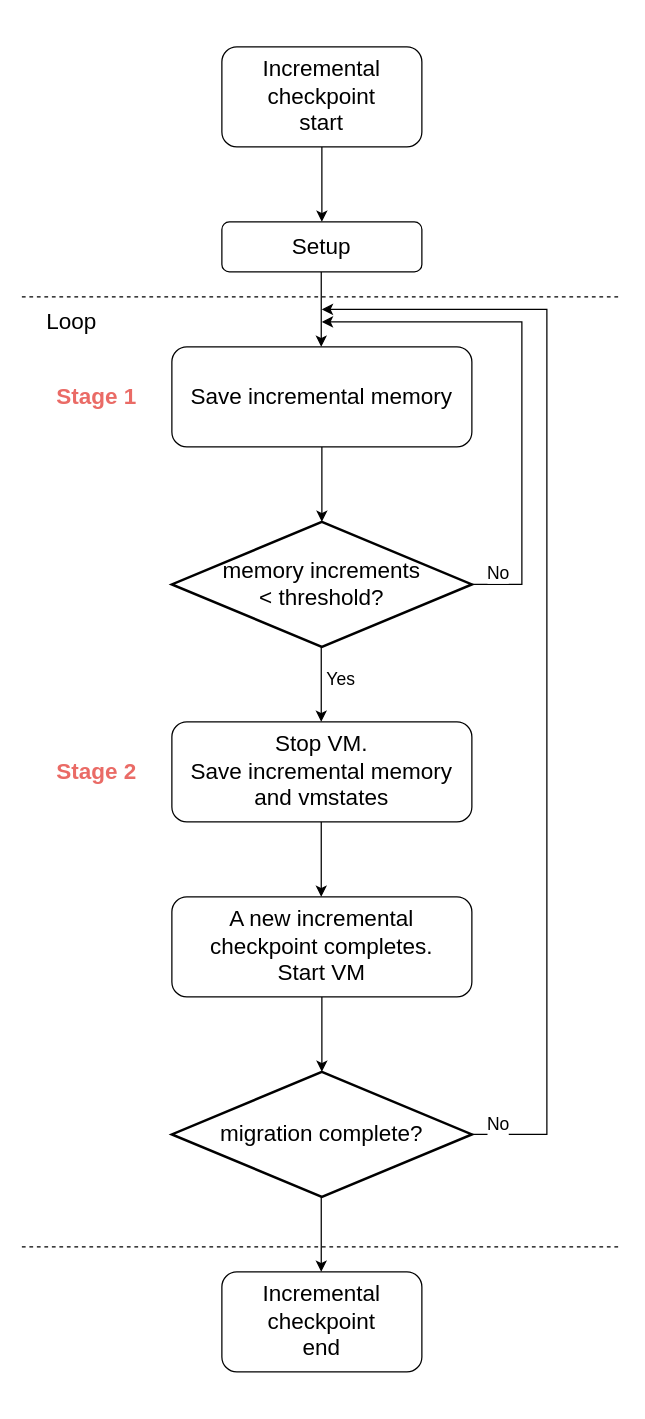
This is final/incremental checkpoint activity.drawio from xuyizhe1999/drawio, a draw.io file, before an edit. Source tidied: cells renumbered, new cells numbered last; positions are measured from the earlier drawing's top-left corner, leaving out a move shared by most shapes. Both pictures are drawn from the tidied source at 125%, with x=0, y=0 at pixel (21, 46).
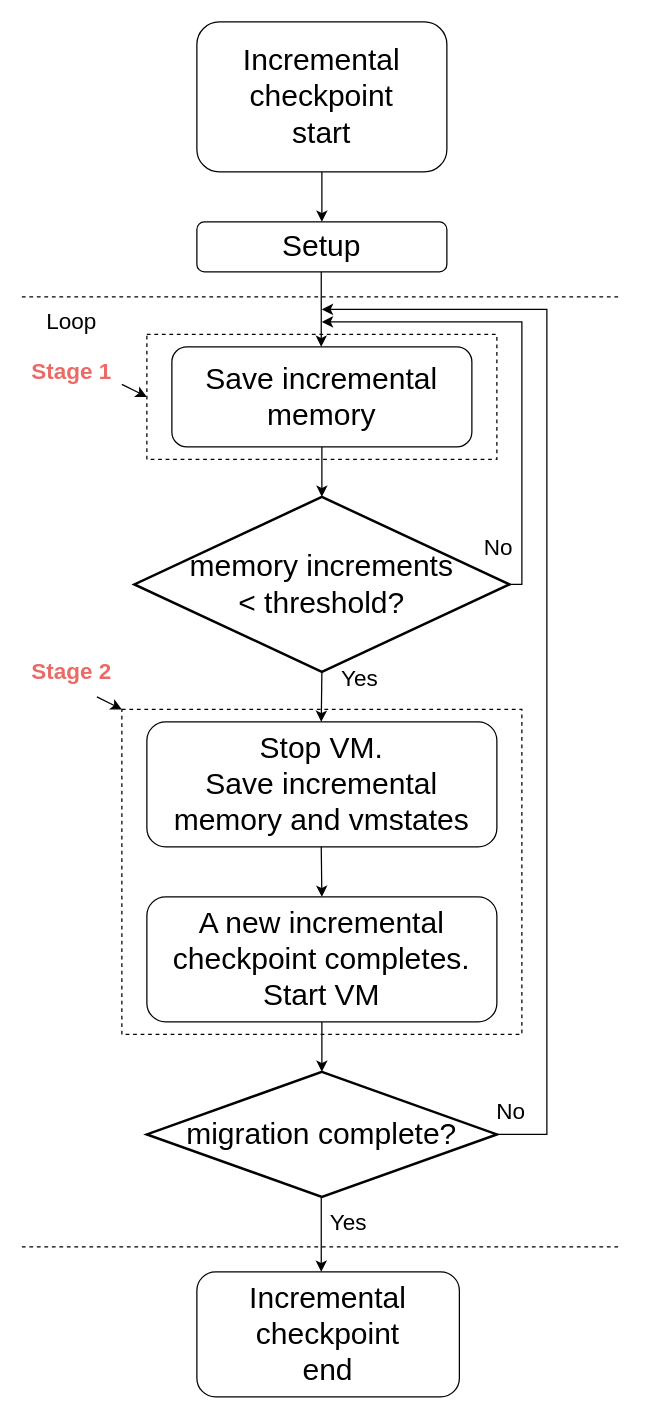
Above is the later version.

Unchanged cells that the change refers to:
```xml
<mxCell id="20" style="endArrow=classic;html=1;rounded=0;exitX=1;exitY=0.5;exitDx=0;exitDy=0;exitPerimeter=0;" parent="1" edge="1" source="19">
  <mxGeometry relative="1" as="geometry">
    <mxPoint x="240" y="210" as="targetPoint" />
    <Array as="points">
      <mxPoint x="420" y="870" />
      <mxPoint x="420" y="210" />
    </Array>
  </mxGeometry>
</mxCell>
<mxCell id="25" style="endArrow=classic;html=1;rounded=0;exitX=0.5;exitY=1;exitDx=0;exitDy=0;entryX=0.5;entryY=0;entryDx=0;entryDy=0;" parent="1" edge="1">
  <mxGeometry relative="1" as="geometry">
    <mxPoint x="239.5" y="920" as="sourcePoint" />
    <mxPoint x="239.5" y="980" as="targetPoint" />
  </mxGeometry>
</mxCell>
```

Diff of the diagram source:
```diff
@@
-    <mxCell id="2" value="&lt;font style=&quot;font-size: 18px;&quot;&gt;Incremental&lt;br&gt;checkpoint&lt;br&gt;start&lt;/font&gt;" style="rounded=1;whiteSpace=wrap;html=1;" parent="1" vertex="1">
-      <mxGeometry x="160" width="160" height="80" as="geometry" />
+    <mxCell id="2" value="&lt;font style=&quot;font-size: 24px;&quot;&gt;Incremental&lt;br&gt;checkpoint&lt;br&gt;start&lt;/font&gt;" style="rounded=1;whiteSpace=wrap;html=1;" parent="1" vertex="1">
+      <mxGeometry x="140" y="-20" width="200" height="120" as="geometry" />
     </mxCell>
@@
-    <mxCell id="4" value="&lt;span style=&quot;font-size: 18px;&quot;&gt;Setup&lt;/span&gt;" style="rounded=1;whiteSpace=wrap;html=1;" parent="1" vertex="1">
-      <mxGeometry x="160" y="140" width="160" height="40" as="geometry" />
+    <mxCell id="4" value="&lt;font style=&quot;font-size: 24px;&quot;&gt;Setup&lt;/font&gt;" style="rounded=1;whiteSpace=wrap;html=1;" parent="1" vertex="1">
+      <mxGeometry x="140" y="140" width="200" height="40" as="geometry" />
     </mxCell>
@@
-    <mxCell id="6" value="&lt;span style=&quot;font-size: 18px;&quot;&gt;Save incremental memory&lt;/span&gt;" style="rounded=1;whiteSpace=wrap;html=1;" parent="1" vertex="1">
+    <mxCell id="6" value="&lt;font style=&quot;font-size: 24px;&quot;&gt;Save incremental memory&lt;/font&gt;" style="rounded=1;whiteSpace=wrap;html=1;" parent="1" vertex="1">
       <mxGeometry x="120" y="240" width="240" height="80" as="geometry" />
     </mxCell>
@@
-    <mxCell id="8" style="endArrow=classic;html=1;rounded=0;exitX=0.5;exitY=1;exitDx=0;exitDy=0;entryX=0.5;entryY=0;entryDx=0;entryDy=0;" parent="1" edge="1">
+    <mxCell id="8" style="endArrow=classic;html=1;rounded=0;exitX=0.5;exitY=1;exitDx=0;exitDy=0;entryX=0.5;entryY=0;entryDx=0;entryDy=0;entryPerimeter=0;" parent="1" edge="1" target="9">
       <mxGeometry relative="1" as="geometry">
         <mxPoint x="240" y="320" as="sourcePoint" />
-        <mxPoint x="240" y="380" as="targetPoint" />
       </mxGeometry>
     </mxCell>
-    <mxCell id="9" value="&lt;font style=&quot;font-size: 18px;&quot;&gt;memory increments&lt;br&gt;&amp;lt; threshold?&lt;/font&gt;" style="strokeWidth=2;html=1;shape=mxgraph.flowchart.decision;whiteSpace=wrap;" parent="1" vertex="1">
-      <mxGeometry x="120" y="380" width="240" height="100" as="geometry" />
+    <mxCell id="9" value="&lt;font style=&quot;font-size: 24px;&quot;&gt;memory increments&lt;br&gt;&amp;lt; threshold?&lt;/font&gt;" style="strokeWidth=2;html=1;shape=mxgraph.flowchart.decision;whiteSpace=wrap;" parent="1" vertex="1">
+      <mxGeometry x="90" y="360" width="300" height="140" as="geometry" />
     </mxCell>
     <mxCell id="10" style="endArrow=classic;html=1;rounded=0;" parent="1" edge="1">
       <mxGeometry relative="1" as="geometry">
-        <mxPoint x="360" y="430" as="sourcePoint" />
+        <mxPoint x="390" y="430" as="sourcePoint" />
         <mxPoint x="240" y="220" as="targetPoint" />
         <Array as="points">
           <mxPoint x="400" y="430" />
           <mxPoint x="400" y="220" />
         </Array>
       </mxGeometry>
     </mxCell>
-    <mxCell id="11" value="&lt;font style=&quot;font-size: 14px;&quot;&gt;No&lt;/font&gt;" style="edgeLabel;html=1;align=center;verticalAlign=middle;" parent="10" vertex="1">
+    <mxCell id="11" value="&lt;font style=&quot;font-size: 18px;&quot;&gt;No&lt;/font&gt;" style="edgeLabel;html=1;align=center;verticalAlign=middle;" parent="10" vertex="1">
       <mxGeometry x="-0.5" y="2" relative="1" as="geometry">
-        <mxPoint x="-18" y="53" as="offset" />
+        <mxPoint x="-18" y="55" as="offset" />
       </mxGeometry>
     </mxCell>
-    <mxCell id="12" style="endArrow=classic;html=1;rounded=0;exitX=0.5;exitY=1;exitDx=0;exitDy=0;entryX=0.5;entryY=0;entryDx=0;entryDy=0;" parent="1" edge="1">
+    <mxCell id="12" style="endArrow=classic;html=1;rounded=0;entryX=0.5;entryY=0;entryDx=0;entryDy=0;" parent="1" edge="1">
       <mxGeometry relative="1" as="geometry">
-        <mxPoint x="239.5" y="480" as="sourcePoint" />
+        <mxPoint x="240" y="500" as="sourcePoint" />
         <mxPoint x="239.5" y="540" as="targetPoint" />
       </mxGeometry>
     </mxCell>
-    <mxCell id="13" value="&lt;font style=&quot;font-size: 14px;&quot;&gt;Yes&lt;/font&gt;" style="edgeLabel;html=1;align=center;verticalAlign=middle;" parent="12" vertex="1">
+    <mxCell id="13" value="&lt;font style=&quot;font-size: 18px;&quot;&gt;Yes&lt;/font&gt;" style="edgeLabel;html=1;align=center;verticalAlign=middle;" parent="12" vertex="1">
       <mxGeometry x="-0.53" y="1" relative="1" as="geometry">
-        <mxPoint x="14" y="11" as="offset" />
+        <mxPoint x="29" y="-4" as="offset" />
       </mxGeometry>
     </mxCell>
-    <mxCell id="14" value="&lt;span style=&quot;font-size: 18px;&quot;&gt;Stop VM.&lt;br&gt;Save incremental memory and vmstates&lt;br&gt;&lt;/span&gt;" style="rounded=1;whiteSpace=wrap;html=1;" parent="1" vertex="1">
-      <mxGeometry x="120" y="540" width="240" height="80" as="geometry" />
+    <mxCell id="14" value="&lt;font style=&quot;font-size: 24px;&quot;&gt;Stop VM.&lt;br&gt;Save incremental memory and vmstates&lt;/font&gt;" style="rounded=1;whiteSpace=wrap;html=1;" parent="1" vertex="1">
+      <mxGeometry x="100" y="540" width="280" height="100" as="geometry" />
     </mxCell>
@@
     <mxCell id="16" value="&lt;font color=&quot;#ea6b66&quot; style=&quot;font-size: 18px;&quot;&gt;&lt;b&gt;Stage 1&lt;/b&gt;&lt;/font&gt;" style="text;html=1;strokeColor=none;fillColor=none;align=center;verticalAlign=middle;whiteSpace=wrap;rounded=0;" parent="1" vertex="1">
-      <mxGeometry x="20" y="260" width="80" height="40" as="geometry" />
+      <mxGeometry y="240" width="80" height="40" as="geometry" />
     </mxCell>
     <mxCell id="17" value="&lt;font color=&quot;#ea6b66&quot; style=&quot;font-size: 18px;&quot;&gt;&lt;b&gt;Stage 2&lt;/b&gt;&lt;/font&gt;" style="text;html=1;strokeColor=none;fillColor=none;align=center;verticalAlign=middle;whiteSpace=wrap;rounded=0;" parent="1" vertex="1">
-      <mxGeometry x="20" y="560" width="80" height="40" as="geometry" />
+      <mxGeometry y="480" width="80" height="40" as="geometry" />
     </mxCell>
-    <mxCell id="18" style="endArrow=classic;html=1;rounded=0;exitX=0.5;exitY=1;exitDx=0;exitDy=0;entryX=0.5;entryY=0;entryDx=0;entryDy=0;" parent="1" edge="1">
+    <mxCell id="18" style="endArrow=classic;html=1;rounded=0;entryX=0.5;entryY=0;entryDx=0;entryDy=0;" parent="1" edge="1">
       <mxGeometry relative="1" as="geometry">
-        <mxPoint x="240" y="760" as="sourcePoint" />
+        <mxPoint x="240" y="780" as="sourcePoint" />
         <mxPoint x="240" y="820" as="targetPoint" />
       </mxGeometry>
     </mxCell>
-    <mxCell id="19" value="&lt;span style=&quot;font-size: 18px;&quot;&gt;migration complete?&lt;/span&gt;" style="strokeWidth=2;html=1;shape=mxgraph.flowchart.decision;whiteSpace=wrap;" parent="1" vertex="1">
-      <mxGeometry x="120" y="820" width="240" height="100" as="geometry" />
+    <mxCell id="19" value="&lt;font style=&quot;font-size: 24px;&quot;&gt;migration complete?&lt;/font&gt;" style="strokeWidth=2;html=1;shape=mxgraph.flowchart.decision;whiteSpace=wrap;" parent="1" vertex="1">
+      <mxGeometry x="100" y="820" width="280" height="100" as="geometry" />
     </mxCell>
@@
-    <mxCell id="21" value="&lt;font style=&quot;font-size: 14px;&quot;&gt;No&lt;/font&gt;" style="edgeLabel;html=1;align=center;verticalAlign=middle;" parent="20" vertex="1">
+    <mxCell id="21" value="&lt;font style=&quot;font-size: 18px;&quot;&gt;No&lt;/font&gt;" style="edgeLabel;html=1;align=center;verticalAlign=middle;" parent="20" vertex="1">
       <mxGeometry x="-0.5" y="2" relative="1" as="geometry">
-        <mxPoint x="-38" y="156" as="offset" />
+        <mxPoint x="-28" y="161" as="offset" />
       </mxGeometry>
     </mxCell>
-    <mxCell id="22" value="&lt;span style=&quot;font-size: 18px;&quot;&gt;A new incremental checkpoint completes.&lt;br&gt;Start VM&lt;br&gt;&lt;/span&gt;" style="rounded=1;whiteSpace=wrap;html=1;" parent="1" vertex="1">
-      <mxGeometry x="120" y="680" width="240" height="80" as="geometry" />
+    <mxCell id="22" value="&lt;font style=&quot;font-size: 24px;&quot;&gt;A new incremental checkpoint completes.&lt;br&gt;Start VM&lt;/font&gt;" style="rounded=1;whiteSpace=wrap;html=1;" parent="1" vertex="1">
+      <mxGeometry x="100" y="680" width="280" height="100" as="geometry" />
     </mxCell>
-    <mxCell id="23" style="endArrow=classic;html=1;rounded=0;exitX=0.5;exitY=1;exitDx=0;exitDy=0;entryX=0.5;entryY=0;entryDx=0;entryDy=0;" parent="1" edge="1">
+    <mxCell id="23" style="endArrow=classic;html=1;rounded=0;exitX=0.5;exitY=1;exitDx=0;exitDy=0;" parent="1" edge="1">
       <mxGeometry relative="1" as="geometry">
-        <mxPoint x="239.5" y="620" as="sourcePoint" />
-        <mxPoint x="239.5" y="680" as="targetPoint" />
+        <mxPoint x="239.5" y="640" as="sourcePoint" />
+        <mxPoint x="240" y="680" as="targetPoint" />
       </mxGeometry>
     </mxCell>
@@
+    <mxCell id="27" value="&lt;font style=&quot;font-size: 18px;&quot;&gt;Yes&lt;/font&gt;" style="edgeLabel;html=1;align=center;verticalAlign=middle;" parent="25" vertex="1">
+      <mxGeometry x="-0.5" relative="1" as="geometry">
+        <mxPoint x="21" y="5" as="offset" />
+      </mxGeometry>
+    </mxCell>
-    <mxCell id="26" value="&lt;font style=&quot;font-size: 18px;&quot;&gt;Incremental&lt;br&gt;checkpoint&lt;br&gt;end&lt;br&gt;&lt;/font&gt;" style="rounded=1;whiteSpace=wrap;html=1;" parent="1" vertex="1">
-      <mxGeometry x="160" y="980" width="160" height="80" as="geometry" />
+    <mxCell id="26" value="&lt;font style=&quot;&quot;&gt;&lt;font style=&quot;font-size: 24px;&quot;&gt;Incremental&lt;br&gt;checkpoint&lt;br&gt;end&lt;/font&gt;&lt;br&gt;&lt;/font&gt;" style="rounded=1;whiteSpace=wrap;html=1;" parent="1" vertex="1">
+      <mxGeometry x="140" y="980" width="210" height="100" as="geometry" />
     </mxCell>
+    <mxCell id="28" style="rounded=0;whiteSpace=wrap;html=1;fillColor=none;dashed=1;" parent="1" vertex="1">
+      <mxGeometry x="100" y="230" width="280" height="100" as="geometry" />
+    </mxCell>
+    <mxCell id="29" style="endArrow=classic;html=1;rounded=0;exitX=1;exitY=0.75;exitDx=0;exitDy=0;entryX=0;entryY=0.5;entryDx=0;entryDy=0;" parent="1" edge="1" source="16" target="28">
+      <mxGeometry relative="1" as="geometry" />
+    </mxCell>
+    <mxCell id="30" style="rounded=0;whiteSpace=wrap;html=1;fillColor=none;dashed=1;" parent="1" vertex="1">
+      <mxGeometry x="80" y="530" width="320" height="260" as="geometry" />
+    </mxCell>
+    <mxCell id="31" style="endArrow=classic;html=1;rounded=0;exitX=0.75;exitY=1;exitDx=0;exitDy=0;entryX=0;entryY=0;entryDx=0;entryDy=0;" parent="1" edge="1" source="17" target="30">
+      <mxGeometry relative="1" as="geometry" />
+    </mxCell>
```
